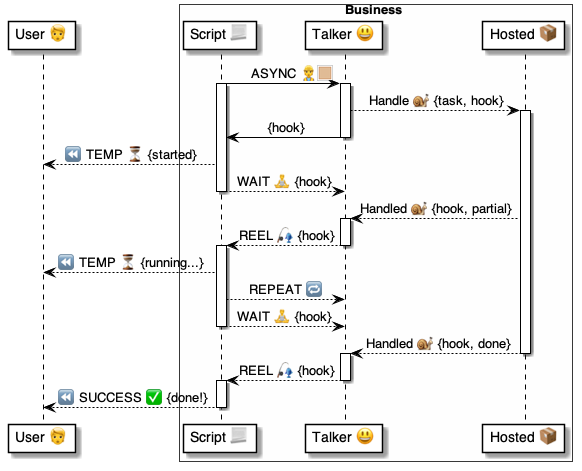
Before: 4 ⚙️ Solution/35 💬 Chats/Talkers 😃/😃⏩ Talker flows/Run Async Tasks 😃⏩📦/😃 Async ⚙️ uml.png, a diagram exported from PlantUML (pollyweb-org/pollyweb-docs). Its source is kept beside it as 4 ⚙️ Solution/35 💬 Chats/Talkers 😃/😃⏩ Talker flows/Run Async Tasks 😃⏩📦/😃 Async ⚙️ uml.puml.
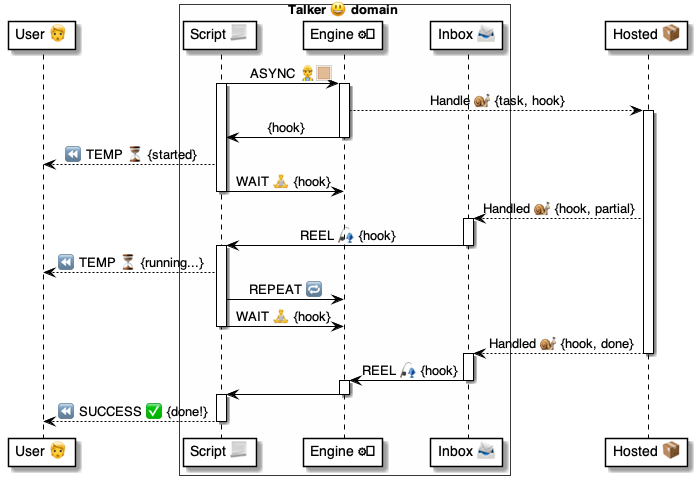
After the commit.

Change to the diagram source:
```diff
@@ -1,43 +1,48 @@
 @startuml Wait
 
 participant "User 🧑" as user
-box Business #FFFFFA
+
+box Talker 😃 domain #FFFFFA
     participant "Script 📃" as script
-    participant "Talker 😃" as talker
-    participant "Hosted 📦" as hosted
+    participant "Engine ⚙️" as engine
+    participant "Inbox 📨" as inbox
 end box
+participant "Hosted 📦" as hosted
 
-script -> talker: ASYNC 👷🏼
+script -> engine: ASYNC 👷🏼
 activate script
-activate talker
-
-talker --> hosted:  Handle 🐌 {task, hook}
-activate hosted
-talker -> script: {hook}
-deactivate talker
+activate engine
+    engine --> hosted:  Handle 🐌 {task, hook}
+    activate hosted
+    engine -> script: {hook}
+deactivate engine
 
 script --> user: ⏪ TEMP ⏳ {started}
 
-script --> talker: WAIT 🧘 {hook}
+script -> engine: WAIT 🧘 {hook}
 deactivate script
 
-hosted --> talker: Handled 🐌 {hook, partial}
-activate talker
-    talker --> script: REEL 🎣 {hook}
-deactivate talker
+hosted --> inbox: Handled 🐌 {hook, partial}
+activate inbox
+    inbox -> script: REEL 🎣 {hook}
+deactivate inbox
 
 activate script
     script --> user: ⏪ TEMP ⏳ {running...}
-    script --> talker: REPEAT 🔁
-    script --> talker: WAIT 🧘 {hook}
+    script -> engine: REPEAT 🔁
+    script -> engine: WAIT 🧘 {hook}
 deactivate script
 
-    hosted --> talker: Handled 🐌 {hook, done}
+    hosted --> inbox: Handled 🐌 {hook, done}
 deactivate hosted
 
-activate talker
-    talker --> script: REEL 🎣 {hook}
-deactivate talker
+activate inbox
+    inbox -> engine: REEL 🎣 {hook}
+deactivate inbox
+
+activate engine
+    engine -> script
+deactivate engine
 
 activate script
     script --> user: ⏪ SUCCESS ✅ {done!}
```
